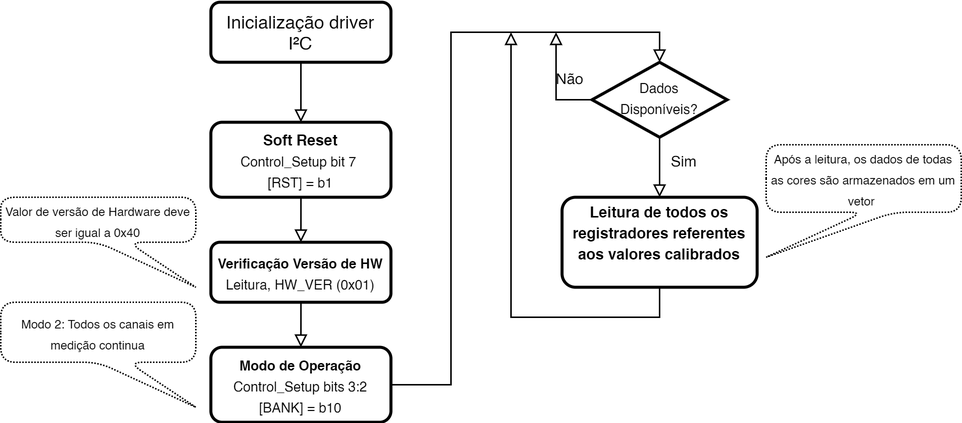
co-env/monografia keeps this draw.io diagram as images/as7262_firmware.png. Above is the earlier version. Source tidied: cells renumbered, new cells last; positions are measured from the earlier drawing's top-left corner, leaving out a move shared by most shapes. Source of this version:
```xml
<mxGraphModel>
  <root>
    <mxCell id="0" />
    <mxCell id="1" parent="0" />
    <mxCell id="2" style="edgeStyle=orthogonalEdgeStyle;rounded=0;jettySize=auto;html=1;entryX=0.5;entryY=0;entryDx=0;entryDy=0;endArrow=block;endFill=0;" parent="1" edge="1" source="3" target="5">
      <mxGeometry relative="1" as="geometry" />
    </mxCell>
    <mxCell id="3" value="Inicialização driver I²C" style="rounded=1;whiteSpace=wrap;html=1;fontSize=12;glass=0;strokeWidth=2;shadow=0;perimeterSpacing=0;" parent="1" vertex="1">
      <mxGeometry x="140" width="120" height="40" as="geometry" />
    </mxCell>
    <mxCell id="4" style="edgeStyle=orthogonalEdgeStyle;rounded=0;jettySize=auto;html=1;entryX=0.5;entryY=0;entryDx=0;entryDy=0;endArrow=block;endFill=0;" parent="1" edge="1" source="5" target="7">
      <mxGeometry relative="1" as="geometry" />
    </mxCell>
    <mxCell id="5" value="&lt;font style=&quot;font-size: 9px&quot;&gt;&lt;b&gt;&lt;font style=&quot;font-size: 10px&quot;&gt;Soft Reset&lt;/font&gt;&lt;/b&gt;&lt;br&gt;&lt;font style=&quot;font-size: 9px&quot;&gt;Control_Setup bit 7 &lt;br&gt;[RST] = b1&lt;/font&gt;&lt;/font&gt;" style="rounded=1;whiteSpace=wrap;html=1;fontSize=12;glass=0;strokeWidth=2;shadow=0;perimeterSpacing=0;" parent="1" vertex="1">
      <mxGeometry x="140" y="80" width="120" height="50" as="geometry" />
    </mxCell>
    <mxCell id="6" style="edgeStyle=orthogonalEdgeStyle;rounded=0;jettySize=auto;html=1;entryX=0.5;entryY=0;entryDx=0;entryDy=0;endArrow=block;endFill=0;" parent="1" edge="1" source="7" target="9">
      <mxGeometry relative="1" as="geometry" />
    </mxCell>
    <mxCell id="7" value="&lt;font style=&quot;font-size: 9px&quot;&gt;&lt;b&gt;Verificação Versão de HW&lt;/b&gt;&lt;br&gt;Leitura, HW_VER (0x01)&lt;br&gt;&lt;/font&gt;" style="rounded=1;whiteSpace=wrap;html=1;fontSize=12;glass=0;strokeWidth=2;shadow=0;perimeterSpacing=0;" parent="1" vertex="1">
      <mxGeometry x="140" y="160" width="120" height="40" as="geometry" />
    </mxCell>
    <mxCell id="8" style="edgeStyle=orthogonalEdgeStyle;rounded=0;jettySize=auto;html=1;entryX=0.5;entryY=0;entryDx=0;entryDy=0;endArrow=block;endFill=0;" parent="1" edge="1" source="9" target="13">
      <mxGeometry relative="1" as="geometry">
        <Array as="points">
          <mxPoint x="300" y="255" />
          <mxPoint x="300" y="20" />
          <mxPoint x="439" y="20" />
        </Array>
      </mxGeometry>
    </mxCell>
    <mxCell id="9" value="&lt;span style=&quot;font-size: 9px&quot;&gt;&lt;b&gt;Modo de Operação&lt;/b&gt;&lt;br&gt;&lt;/span&gt;&lt;span style=&quot;font-size: 9px&quot;&gt;Control_Setup bits 3:2 [BANK] = b10&lt;/span&gt;&lt;span style=&quot;font-size: 9px&quot;&gt;&lt;br&gt;&lt;/span&gt;" style="rounded=1;whiteSpace=wrap;html=1;fontSize=12;glass=0;strokeWidth=2;shadow=0;perimeterSpacing=0;" parent="1" vertex="1">
      <mxGeometry x="140" y="230" width="120" height="50" as="geometry" />
    </mxCell>
    <mxCell id="10" value="&lt;font style=&quot;font-size: 8px&quot;&gt;Modo 2: Todos os canais em medição continua&lt;/font&gt;" style="shape=callout;whiteSpace=wrap;html=1;perimeter=calloutPerimeter;rounded=1;position2=1;dashed=1;dashPattern=1 1;" parent="1" vertex="1">
      <mxGeometry y="200" width="130" height="70" as="geometry" />
    </mxCell>
    <mxCell id="11" style="edgeStyle=orthogonalEdgeStyle;rounded=0;jettySize=auto;html=1;endArrow=block;endFill=0;" parent="1" edge="1" source="13" target="15">
      <mxGeometry relative="1" as="geometry" />
    </mxCell>
    <mxCell id="12" style="edgeStyle=orthogonalEdgeStyle;rounded=0;jettySize=auto;html=1;endArrow=block;endFill=0;" parent="1" edge="1" source="13">
      <mxGeometry relative="1" as="geometry">
        <mxPoint x="370" y="20" as="targetPoint" />
      </mxGeometry>
    </mxCell>
    <mxCell id="13" value="&lt;font style=&quot;font-size: 9px&quot;&gt;Dados Disponíveis?&lt;/font&gt;" style="rhombus;whiteSpace=wrap;html=1;shadow=0;fontFamily=Helvetica;fontSize=12;align=center;strokeWidth=2;spacing=6;spacingTop=-4;perimeterSpacing=0;" parent="1" vertex="1">
      <mxGeometry x="394" y="40" width="90" height="50" as="geometry" />
    </mxCell>
    <mxCell id="14" style="edgeStyle=orthogonalEdgeStyle;rounded=0;jettySize=auto;html=1;endArrow=block;endFill=0;" parent="1" edge="1" source="15">
      <mxGeometry relative="1" as="geometry">
        <mxPoint x="340" y="20" as="targetPoint" />
        <Array as="points">
          <mxPoint x="439" y="210" />
          <mxPoint x="340" y="210" />
        </Array>
      </mxGeometry>
    </mxCell>
    <mxCell id="15" value="&lt;b style=&quot;font-size: 10px&quot;&gt;Leitura de todos os registradores referentes aos valores calibrados&lt;br&gt;&lt;br&gt;&lt;/b&gt;" style="rounded=1;whiteSpace=wrap;html=1;fontSize=12;glass=0;strokeWidth=2;shadow=0;perimeterSpacing=0;" parent="1" vertex="1">
      <mxGeometry x="374" y="130" width="130" height="60" as="geometry" />
    </mxCell>
    <mxCell id="16" value="&lt;font style=&quot;font-size: 10px&quot;&gt;Não&lt;/font&gt;" style="text;html=1;align=center;verticalAlign=middle;" parent="1" vertex="1">
      <mxGeometry x="364" y="40" width="30" height="20" as="geometry" />
    </mxCell>
    <mxCell id="17" value="&lt;font style=&quot;font-size: 10px&quot;&gt;Sim&lt;/font&gt;" style="text;html=1;align=center;verticalAlign=middle;" parent="1" vertex="1">
      <mxGeometry x="440" y="95" width="30" height="20" as="geometry" />
    </mxCell>
    <mxCell id="18" value="&lt;font style=&quot;font-size: 8px&quot;&gt;&lt;font style=&quot;font-size: 8px&quot;&gt;Após a leitura, os dados de todas as cores são armazenados em um vetor&lt;/font&gt;&amp;nbsp;&lt;/font&gt;" style="shape=callout;whiteSpace=wrap;html=1;perimeter=calloutPerimeter;rounded=1;position2=0;dashed=1;dashPattern=1 1;" parent="1" vertex="1">
      <mxGeometry x="510" y="95" width="130" height="75" as="geometry" />
    </mxCell>
    <mxCell id="19" value="&lt;font style=&quot;font-size: 8px&quot;&gt;Valor de versão de Hardware deve ser igual a 0x40&lt;/font&gt;" style="shape=callout;whiteSpace=wrap;html=1;perimeter=calloutPerimeter;rounded=1;position2=1;dashed=1;dashPattern=1 1;" parent="1" vertex="1">
      <mxGeometry y="130" width="130" height="60" as="geometry" />
    </mxCell>
  </root>
</mxGraphModel>
```
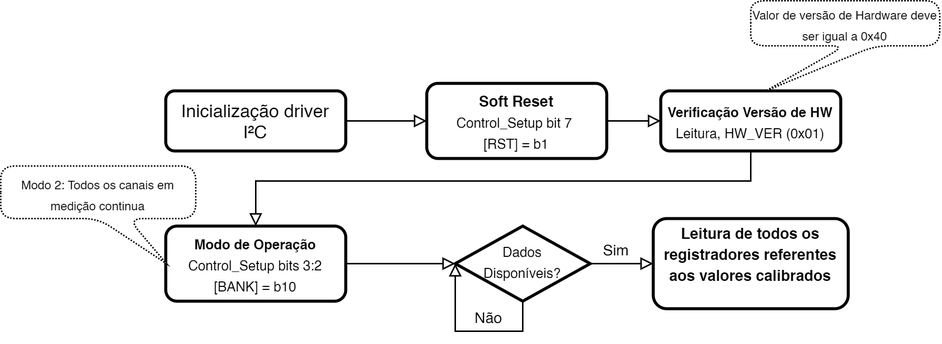
Later version of the same file.

Diff of the diagram source:
```diff
@@ -1,74 +1,64 @@
 <mxGraphModel>
   <root>
-    <mxCell id="0" />
-    <mxCell id="1" parent="0" />
+    <mxCell id="20" />
+    <mxCell id="21" parent="20" />
-    <mxCell id="2" style="edgeStyle=orthogonalEdgeStyle;rounded=0;jettySize=auto;html=1;entryX=0.5;entryY=0;entryDx=0;entryDy=0;endArrow=block;endFill=0;" parent="1" edge="1" source="3" target="5">
+    <mxCell id="2" style="edgeStyle=orthogonalEdgeStyle;rounded=0;jettySize=auto;html=1;entryX=0;entryY=0.5;entryDx=0;entryDy=0;endFill=0;endArrow=block;" parent="21" edge="1" source="3" target="5">
       <mxGeometry relative="1" as="geometry" />
     </mxCell>
-    <mxCell id="3" value="Inicialização driver I²C" style="rounded=1;whiteSpace=wrap;html=1;fontSize=12;glass=0;strokeWidth=2;shadow=0;perimeterSpacing=0;" parent="1" vertex="1">
+    <mxCell id="3" value="Inicialização driver I²C" style="rounded=1;whiteSpace=wrap;html=1;fontSize=12;glass=0;strokeWidth=2;shadow=0;perimeterSpacing=0;" parent="21" vertex="1">
       <mxGeometry x="140" width="120" height="40" as="geometry" />
     </mxCell>
-    <mxCell id="4" style="edgeStyle=orthogonalEdgeStyle;rounded=0;jettySize=auto;html=1;entryX=0.5;entryY=0;entryDx=0;entryDy=0;endArrow=block;endFill=0;" parent="1" edge="1" source="5" target="7">
+    <mxCell id="4" style="edgeStyle=orthogonalEdgeStyle;rounded=0;jettySize=auto;html=1;entryX=0;entryY=0.5;entryDx=0;entryDy=0;endFill=0;endArrow=block;" parent="21" edge="1" source="5" target="7">
       <mxGeometry relative="1" as="geometry" />
     </mxCell>
-    <mxCell id="5" value="&lt;font style=&quot;font-size: 9px&quot;&gt;&lt;b&gt;&lt;font style=&quot;font-size: 10px&quot;&gt;Soft Reset&lt;/font&gt;&lt;/b&gt;&lt;br&gt;&lt;font style=&quot;font-size: 9px&quot;&gt;Control_Setup bit 7 &lt;br&gt;[RST] = b1&lt;/font&gt;&lt;/font&gt;" style="rounded=1;whiteSpace=wrap;html=1;fontSize=12;glass=0;strokeWidth=2;shadow=0;perimeterSpacing=0;" parent="1" vertex="1">
-      <mxGeometry x="140" y="80" width="120" height="50" as="geometry" />
+    <mxCell id="5" value="&lt;font style=&quot;font-size: 9px&quot;&gt;&lt;b&gt;&lt;font style=&quot;font-size: 10px&quot;&gt;Soft Reset&lt;/font&gt;&lt;/b&gt;&lt;br&gt;&lt;font style=&quot;font-size: 9px&quot;&gt;Control_Setup bit 7 &lt;br&gt;[RST] = b1&lt;/font&gt;&lt;/font&gt;" style="rounded=1;whiteSpace=wrap;html=1;fontSize=12;glass=0;strokeWidth=2;shadow=0;perimeterSpacing=0;" parent="21" vertex="1">
+      <mxGeometry x="314" y="-5" width="120" height="50" as="geometry" />
     </mxCell>
-    <mxCell id="6" style="edgeStyle=orthogonalEdgeStyle;rounded=0;jettySize=auto;html=1;entryX=0.5;entryY=0;entryDx=0;entryDy=0;endArrow=block;endFill=0;" parent="1" edge="1" source="7" target="9">
-      <mxGeometry relative="1" as="geometry" />
+    <mxCell id="6" style="edgeStyle=orthogonalEdgeStyle;rounded=0;jettySize=auto;html=1;endFill=0;endArrow=block;" parent="21" edge="1" source="7" target="9">
+      <mxGeometry relative="1" as="geometry">
+        <Array as="points">
+          <mxPoint x="530" y="60" />
+          <mxPoint x="200" y="60" />
+        </Array>
+      </mxGeometry>
     </mxCell>
-    <mxCell id="7" value="&lt;font style=&quot;font-size: 9px&quot;&gt;&lt;b&gt;Verificação Versão de HW&lt;/b&gt;&lt;br&gt;Leitura, HW_VER (0x01)&lt;br&gt;&lt;/font&gt;" style="rounded=1;whiteSpace=wrap;html=1;fontSize=12;glass=0;strokeWidth=2;shadow=0;perimeterSpacing=0;" parent="1" vertex="1">
-      <mxGeometry x="140" y="160" width="120" height="40" as="geometry" />
+    <mxCell id="7" value="&lt;font style=&quot;font-size: 9px&quot;&gt;&lt;b&gt;Verificação Versão de HW&lt;/b&gt;&lt;br&gt;Leitura, HW_VER (0x01)&lt;br&gt;&lt;/font&gt;" style="rounded=1;whiteSpace=wrap;html=1;fontSize=12;glass=0;strokeWidth=2;shadow=0;perimeterSpacing=0;" parent="21" vertex="1">
+      <mxGeometry x="470" width="120" height="40" as="geometry" />
     </mxCell>
-    <mxCell id="8" style="edgeStyle=orthogonalEdgeStyle;rounded=0;jettySize=auto;html=1;entryX=0.5;entryY=0;entryDx=0;entryDy=0;endArrow=block;endFill=0;" parent="1" edge="1" source="9" target="13">
-      <mxGeometry relative="1" as="geometry">
-        <Array as="points">
-          <mxPoint x="300" y="255" />
-          <mxPoint x="300" y="20" />
-          <mxPoint x="439" y="20" />
-        </Array>
-      </mxGeometry>
+    <mxCell id="8" style="edgeStyle=orthogonalEdgeStyle;rounded=0;jettySize=auto;html=1;entryX=0;entryY=0.5;entryDx=0;entryDy=0;endFill=0;endArrow=block;" parent="21" edge="1" source="9" target="13">
+      <mxGeometry relative="1" as="geometry" />
     </mxCell>
-    <mxCell id="9" value="&lt;span style=&quot;font-size: 9px&quot;&gt;&lt;b&gt;Modo de Operação&lt;/b&gt;&lt;br&gt;&lt;/span&gt;&lt;span style=&quot;font-size: 9px&quot;&gt;Control_Setup bits 3:2 [BANK] = b10&lt;/span&gt;&lt;span style=&quot;font-size: 9px&quot;&gt;&lt;br&gt;&lt;/span&gt;" style="rounded=1;whiteSpace=wrap;html=1;fontSize=12;glass=0;strokeWidth=2;shadow=0;perimeterSpacing=0;" parent="1" vertex="1">
-      <mxGeometry x="140" y="230" width="120" height="50" as="geometry" />
+    <mxCell id="9" value="&lt;span style=&quot;font-size: 9px&quot;&gt;&lt;b&gt;Modo de Operação&lt;/b&gt;&lt;br&gt;&lt;/span&gt;&lt;span style=&quot;font-size: 9px&quot;&gt;Control_Setup bits 3:2 [BANK] = b10&lt;/span&gt;&lt;span style=&quot;font-size: 9px&quot;&gt;&lt;br&gt;&lt;/span&gt;" style="rounded=1;whiteSpace=wrap;html=1;fontSize=12;glass=0;strokeWidth=2;shadow=0;perimeterSpacing=0;" parent="21" vertex="1">
+      <mxGeometry x="140" y="90" width="120" height="50" as="geometry" />
     </mxCell>
-    <mxCell id="10" value="&lt;font style=&quot;font-size: 8px&quot;&gt;Modo 2: Todos os canais em medição continua&lt;/font&gt;" style="shape=callout;whiteSpace=wrap;html=1;perimeter=calloutPerimeter;rounded=1;position2=1;dashed=1;dashPattern=1 1;" parent="1" vertex="1">
-      <mxGeometry y="200" width="130" height="70" as="geometry" />
+    <mxCell id="10" value="&lt;font style=&quot;font-size: 8px&quot;&gt;Modo 2: Todos os canais em medição continua&lt;/font&gt;" style="shape=callout;whiteSpace=wrap;html=1;perimeter=calloutPerimeter;rounded=1;position2=0.85;dashed=1;dashPattern=1 1;" parent="21" vertex="1">
+      <mxGeometry x="30" y="50" width="130" height="65" as="geometry" />
     </mxCell>
-    <mxCell id="11" style="edgeStyle=orthogonalEdgeStyle;rounded=0;jettySize=auto;html=1;endArrow=block;endFill=0;" parent="1" edge="1" source="13" target="15">
+    <mxCell id="11" style="edgeStyle=orthogonalEdgeStyle;rounded=0;jettySize=auto;html=1;endArrow=block;endFill=0;" parent="21" edge="1" source="13" target="15">
       <mxGeometry relative="1" as="geometry" />
     </mxCell>
-    <mxCell id="12" style="edgeStyle=orthogonalEdgeStyle;rounded=0;jettySize=auto;html=1;endArrow=block;endFill=0;" parent="1" edge="1" source="13">
-      <mxGeometry relative="1" as="geometry">
-        <mxPoint x="370" y="20" as="targetPoint" />
-      </mxGeometry>
-    </mxCell>
-    <mxCell id="13" value="&lt;font style=&quot;font-size: 9px&quot;&gt;Dados Disponíveis?&lt;/font&gt;" style="rhombus;whiteSpace=wrap;html=1;shadow=0;fontFamily=Helvetica;fontSize=12;align=center;strokeWidth=2;spacing=6;spacingTop=-4;perimeterSpacing=0;" parent="1" vertex="1">
-      <mxGeometry x="394" y="40" width="90" height="50" as="geometry" />
+    <mxCell id="13" value="&lt;font style=&quot;font-size: 9px&quot;&gt;Dados Disponíveis?&lt;/font&gt;" style="rhombus;whiteSpace=wrap;html=1;shadow=0;fontFamily=Helvetica;fontSize=12;align=center;strokeWidth=2;spacing=6;spacingTop=-4;perimeterSpacing=0;" parent="21" vertex="1">
+      <mxGeometry x="333" y="90" width="90" height="50" as="geometry" />
     </mxCell>
-    <mxCell id="14" style="edgeStyle=orthogonalEdgeStyle;rounded=0;jettySize=auto;html=1;endArrow=block;endFill=0;" parent="1" edge="1" source="15">
-      <mxGeometry relative="1" as="geometry">
-        <mxPoint x="340" y="20" as="targetPoint" />
-        <Array as="points">
-          <mxPoint x="439" y="210" />
-          <mxPoint x="340" y="210" />
-        </Array>
-      </mxGeometry>
-    </mxCell>
-    <mxCell id="15" value="&lt;b style=&quot;font-size: 10px&quot;&gt;Leitura de todos os registradores referentes aos valores calibrados&lt;br&gt;&lt;br&gt;&lt;/b&gt;" style="rounded=1;whiteSpace=wrap;html=1;fontSize=12;glass=0;strokeWidth=2;shadow=0;perimeterSpacing=0;" parent="1" vertex="1">
-      <mxGeometry x="374" y="130" width="130" height="60" as="geometry" />
+    <mxCell id="15" value="&lt;b style=&quot;font-size: 10px&quot;&gt;Leitura de todos os registradores referentes aos valores calibrados&lt;br&gt;&lt;br&gt;&lt;/b&gt;" style="rounded=1;whiteSpace=wrap;html=1;fontSize=12;glass=0;strokeWidth=2;shadow=0;perimeterSpacing=0;" parent="21" vertex="1">
+      <mxGeometry x="465" y="85" width="130" height="60" as="geometry" />
     </mxCell>
+    <mxCell id="19" value="&lt;font style=&quot;font-size: 8px&quot;&gt;Valor de versão de Hardware deve ser igual a 0x40&lt;/font&gt;" style="shape=callout;whiteSpace=wrap;html=1;perimeter=calloutPerimeter;rounded=1;position2=0.08;dashed=1;dashPattern=1 1;" parent="21" vertex="1">
+      <mxGeometry x="530" y="-60" width="126" height="60" as="geometry" />
+    </mxCell>
+    <mxCell id="17" value="&lt;font style=&quot;font-size: 10px&quot;&gt;Sim&lt;/font&gt;" style="text;html=1;align=center;verticalAlign=middle;" parent="21" vertex="1">
+      <mxGeometry x="425" y="95" width="30" height="20" as="geometry" />
+    </mxCell>
+    <mxCell id="22" style="edgeStyle=orthogonalEdgeStyle;rounded=0;orthogonalLoop=1;jettySize=auto;html=1;exitX=0.5;exitY=1;exitDx=0;exitDy=0;entryX=0;entryY=0.5;entryDx=0;entryDy=0;endFill=0;endArrow=block;" parent="21" edge="1" source="13" target="13">
+      <mxGeometry relative="1" as="geometry">
+        <Array as="points">
+          <mxPoint x="378" y="160" />
+          <mxPoint x="333" y="160" />
+        </Array>
+      </mxGeometry>
+    </mxCell>
-    <mxCell id="16" value="&lt;font style=&quot;font-size: 10px&quot;&gt;Não&lt;/font&gt;" style="text;html=1;align=center;verticalAlign=middle;" parent="1" vertex="1">
-      <mxGeometry x="364" y="40" width="30" height="20" as="geometry" />
+    <mxCell id="16" value="&lt;font style=&quot;font-size: 10px&quot;&gt;Não&lt;/font&gt;" style="text;html=1;align=center;verticalAlign=middle;" parent="21" vertex="1">
+      <mxGeometry x="340" y="140" width="30" height="20" as="geometry" />
     </mxCell>
-    <mxCell id="17" value="&lt;font style=&quot;font-size: 10px&quot;&gt;Sim&lt;/font&gt;" style="text;html=1;align=center;verticalAlign=middle;" parent="1" vertex="1">
-      <mxGeometry x="440" y="95" width="30" height="20" as="geometry" />
-    </mxCell>
-    <mxCell id="18" value="&lt;font style=&quot;font-size: 8px&quot;&gt;&lt;font style=&quot;font-size: 8px&quot;&gt;Após a leitura, os dados de todas as cores são armazenados em um vetor&lt;/font&gt;&amp;nbsp;&lt;/font&gt;" style="shape=callout;whiteSpace=wrap;html=1;perimeter=calloutPerimeter;rounded=1;position2=0;dashed=1;dashPattern=1 1;" parent="1" vertex="1">
-      <mxGeometry x="510" y="95" width="130" height="75" as="geometry" />
-    </mxCell>
-    <mxCell id="19" value="&lt;font style=&quot;font-size: 8px&quot;&gt;Valor de versão de Hardware deve ser igual a 0x40&lt;/font&gt;" style="shape=callout;whiteSpace=wrap;html=1;perimeter=calloutPerimeter;rounded=1;position2=1;dashed=1;dashPattern=1 1;" parent="1" vertex="1">
-      <mxGeometry y="130" width="130" height="60" as="geometry" />
-    </mxCell>
   </root>
 </mxGraphModel>
```
